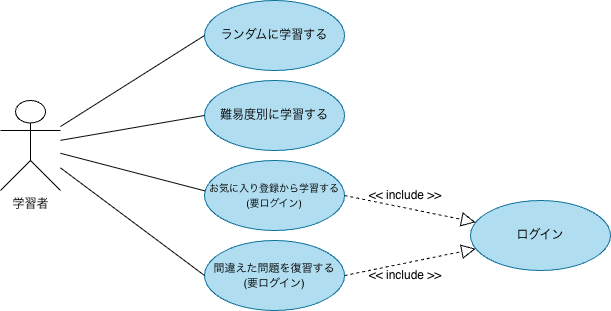
mawsonlakes790913/english-output-trainer keeps this draw.io diagram as docs/images/usecase.drawio.png. Above is the earlier version. Source tidied: cells renumbered, new cells last; positions are measured from the earlier drawing's top-left corner, leaving out a move shared by most shapes. Source of this version:
```xml
<mxGraphModel>
  <root>
    <mxCell id="0" />
    <mxCell id="1" parent="0" />
    <mxCell id="2" value="学習者" style="shape=umlActor;verticalLabelPosition=bottom;verticalAlign=top;html=1;" parent="1" vertex="1">
      <mxGeometry y="100" width="60" height="90" as="geometry" />
    </mxCell>
    <mxCell id="3" value="ランダムに学習する" style="ellipse;whiteSpace=wrap;html=1;fillColor=#b1ddf0;strokeColor=#10739e;" parent="1" vertex="1">
      <mxGeometry x="204" width="140" height="70" as="geometry" />
    </mxCell>
    <mxCell id="4" value="&lt;font style=&quot;font-size: 10px;&quot;&gt;お気に入り登録から学習する&lt;/font&gt;&lt;div&gt;&lt;font style=&quot;font-size: 10px;&quot;&gt;(要ログイン)&lt;/font&gt;&lt;/div&gt;" style="ellipse;whiteSpace=wrap;html=1;fillColor=#b1ddf0;strokeColor=#10739e;" parent="1" vertex="1">
      <mxGeometry x="204" y="160" width="140" height="70" as="geometry" />
    </mxCell>
    <mxCell id="5" value="難易度別に学習する" style="ellipse;whiteSpace=wrap;html=1;fillColor=#b1ddf0;strokeColor=#10739e;" parent="1" vertex="1">
      <mxGeometry x="204" y="80" width="140" height="70" as="geometry" />
    </mxCell>
    <mxCell id="6" value="&lt;font style=&quot;font-size: 11px;&quot;&gt;間違えた問題を復習する&lt;/font&gt;&lt;div&gt;&lt;font style=&quot;font-size: 11px;&quot;&gt;(要ログイン)&lt;/font&gt;&lt;/div&gt;" style="ellipse;whiteSpace=wrap;html=1;fillColor=#b1ddf0;strokeColor=#10739e;" parent="1" vertex="1">
      <mxGeometry x="204" y="240" width="140" height="70" as="geometry" />
    </mxCell>
    <mxCell id="7" style="endArrow=block;dashed=1;endFill=0;endSize=12;html=1;rounded=0;exitX=1;exitY=0.5;exitDx=0;exitDy=0;entryX=0.036;entryY=0.311;entryDx=0;entryDy=0;entryPerimeter=0;" parent="1" edge="1" source="4" target="8">
      <mxGeometry relative="1" as="geometry" />
    </mxCell>
    <mxCell id="8" value="ログイン" style="ellipse;whiteSpace=wrap;html=1;fillColor=#b1ddf0;strokeColor=#10739e;" parent="1" vertex="1">
      <mxGeometry x="470" y="200" width="140" height="70" as="geometry" />
    </mxCell>
    <mxCell id="9" style="endArrow=block;dashed=1;endFill=0;endSize=12;html=1;rounded=0;exitX=1;exitY=0.5;exitDx=0;exitDy=0;" parent="1" edge="1" source="6" target="8">
      <mxGeometry relative="1" as="geometry" />
    </mxCell>
    <mxCell id="10" value="&amp;lt;&amp;lt; include &amp;gt;&amp;gt;" style="text;html=1;whiteSpace=wrap;strokeColor=none;fillColor=none;align=center;verticalAlign=middle;rounded=0;" parent="1" vertex="1">
      <mxGeometry x="360" y="180" width="90" height="30" as="geometry" />
    </mxCell>
    <mxCell id="11" value="&amp;lt;&amp;lt; include &amp;gt;&amp;gt;" style="text;html=1;whiteSpace=wrap;strokeColor=none;fillColor=none;align=center;verticalAlign=middle;rounded=0;" parent="1" vertex="1">
      <mxGeometry x="360" y="260" width="90" height="30" as="geometry" />
    </mxCell>
    <mxCell id="12" style="endArrow=none;html=1;rounded=0;entryX=0;entryY=0.5;entryDx=0;entryDy=0;" parent="1" edge="1" source="2" target="3">
      <mxGeometry relative="1" as="geometry" />
    </mxCell>
    <mxCell id="13" style="endArrow=none;html=1;rounded=0;entryX=0;entryY=0.5;entryDx=0;entryDy=0;" parent="1" edge="1" source="2" target="5">
      <mxGeometry relative="1" as="geometry" />
    </mxCell>
    <mxCell id="14" style="endArrow=none;html=1;rounded=0;entryX=0.005;entryY=0.435;entryDx=0;entryDy=0;entryPerimeter=0;" parent="1" edge="1" source="2" target="4">
      <mxGeometry relative="1" as="geometry" />
    </mxCell>
    <mxCell id="15" style="endArrow=none;html=1;rounded=0;entryX=0;entryY=0.5;entryDx=0;entryDy=0;" parent="1" edge="1" source="2" target="6">
      <mxGeometry relative="1" as="geometry" />
    </mxCell>
  </root>
</mxGraphModel>
```
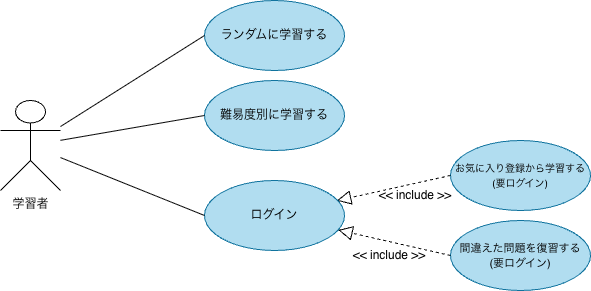
Later version of the same file.

Commit message:
Add usecase-learning-log

What changed in the source:
```diff
@@ -9,28 +9,28 @@
       <mxGeometry x="204" width="140" height="70" as="geometry" />
     </mxCell>
     <mxCell id="4" value="&lt;font style=&quot;font-size: 10px;&quot;&gt;お気に入り登録から学習する&lt;/font&gt;&lt;div&gt;&lt;font style=&quot;font-size: 10px;&quot;&gt;(要ログイン)&lt;/font&gt;&lt;/div&gt;" style="ellipse;whiteSpace=wrap;html=1;fillColor=#b1ddf0;strokeColor=#10739e;" parent="1" vertex="1">
-      <mxGeometry x="204" y="160" width="140" height="70" as="geometry" />
+      <mxGeometry x="450" y="140" width="140" height="70" as="geometry" />
     </mxCell>
     <mxCell id="5" value="難易度別に学習する" style="ellipse;whiteSpace=wrap;html=1;fillColor=#b1ddf0;strokeColor=#10739e;" parent="1" vertex="1">
       <mxGeometry x="204" y="80" width="140" height="70" as="geometry" />
     </mxCell>
     <mxCell id="6" value="&lt;font style=&quot;font-size: 11px;&quot;&gt;間違えた問題を復習する&lt;/font&gt;&lt;div&gt;&lt;font style=&quot;font-size: 11px;&quot;&gt;(要ログイン)&lt;/font&gt;&lt;/div&gt;" style="ellipse;whiteSpace=wrap;html=1;fillColor=#b1ddf0;strokeColor=#10739e;" parent="1" vertex="1">
-      <mxGeometry x="204" y="240" width="140" height="70" as="geometry" />
+      <mxGeometry x="450" y="220" width="140" height="70" as="geometry" />
     </mxCell>
-    <mxCell id="7" style="endArrow=block;dashed=1;endFill=0;endSize=12;html=1;rounded=0;exitX=1;exitY=0.5;exitDx=0;exitDy=0;entryX=0.036;entryY=0.311;entryDx=0;entryDy=0;entryPerimeter=0;" parent="1" edge="1" source="4" target="8">
+    <mxCell id="7" style="endArrow=block;dashed=1;endFill=0;endSize=12;html=1;rounded=0;exitX=0;exitY=0.5;exitDx=0;exitDy=0;entryX=0.945;entryY=0.288;entryDx=0;entryDy=0;entryPerimeter=0;" parent="1" edge="1" source="4" target="8">
       <mxGeometry relative="1" as="geometry" />
     </mxCell>
     <mxCell id="8" value="ログイン" style="ellipse;whiteSpace=wrap;html=1;fillColor=#b1ddf0;strokeColor=#10739e;" parent="1" vertex="1">
-      <mxGeometry x="470" y="200" width="140" height="70" as="geometry" />
+      <mxGeometry x="204" y="180" width="140" height="70" as="geometry" />
     </mxCell>
-    <mxCell id="9" style="endArrow=block;dashed=1;endFill=0;endSize=12;html=1;rounded=0;exitX=1;exitY=0.5;exitDx=0;exitDy=0;" parent="1" edge="1" source="6" target="8">
+    <mxCell id="9" style="endArrow=block;dashed=1;endFill=0;endSize=12;html=1;rounded=0;exitX=0;exitY=0.5;exitDx=0;exitDy=0;" parent="1" edge="1" source="6" target="8">
       <mxGeometry relative="1" as="geometry" />
     </mxCell>
     <mxCell id="10" value="&amp;lt;&amp;lt; include &amp;gt;&amp;gt;" style="text;html=1;whiteSpace=wrap;strokeColor=none;fillColor=none;align=center;verticalAlign=middle;rounded=0;" parent="1" vertex="1">
-      <mxGeometry x="360" y="180" width="90" height="30" as="geometry" />
+      <mxGeometry x="370" y="180" width="90" height="30" as="geometry" />
     </mxCell>
     <mxCell id="11" value="&amp;lt;&amp;lt; include &amp;gt;&amp;gt;" style="text;html=1;whiteSpace=wrap;strokeColor=none;fillColor=none;align=center;verticalAlign=middle;rounded=0;" parent="1" vertex="1">
-      <mxGeometry x="360" y="260" width="90" height="30" as="geometry" />
+      <mxGeometry x="344" y="240" width="90" height="30" as="geometry" />
     </mxCell>
     <mxCell id="12" style="endArrow=none;html=1;rounded=0;entryX=0;entryY=0.5;entryDx=0;entryDy=0;" parent="1" edge="1" source="2" target="3">
       <mxGeometry relative="1" as="geometry" />
@@ -38,11 +38,8 @@
     <mxCell id="13" style="endArrow=none;html=1;rounded=0;entryX=0;entryY=0.5;entryDx=0;entryDy=0;" parent="1" edge="1" source="2" target="5">
       <mxGeometry relative="1" as="geometry" />
     </mxCell>
-    <mxCell id="14" style="endArrow=none;html=1;rounded=0;entryX=0.005;entryY=0.435;entryDx=0;entryDy=0;entryPerimeter=0;" parent="1" edge="1" source="2" target="4">
-      <mxGeometry relative="1" as="geometry" />
-    </mxCell>
-    <mxCell id="15" style="endArrow=none;html=1;rounded=0;entryX=0;entryY=0.5;entryDx=0;entryDy=0;" parent="1" edge="1" source="2" target="6">
-      <mxGeometry relative="1" as="geometry" />
-    </mxCell>
+    <mxCell id="16" style="endArrow=none;html=1;rounded=0;entryX=0;entryY=0.5;entryDx=0;entryDy=0;" parent="1" edge="1" source="2" target="8">
+      <mxGeometry relative="1" as="geometry" />
+    </mxCell>
   </root>
 </mxGraphModel>
```
